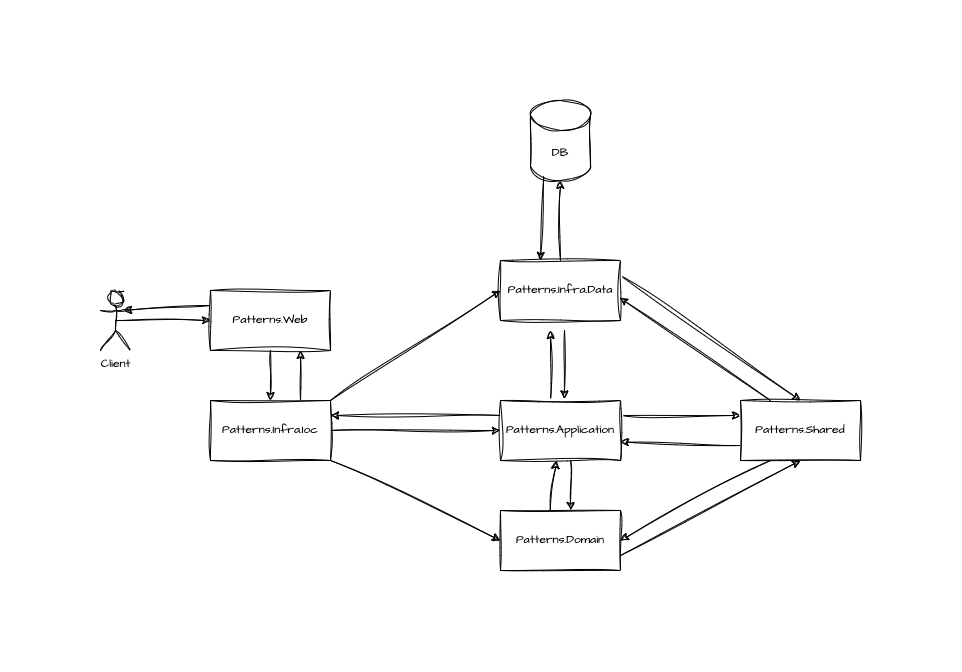
Before: docs/AppFlow.drawio.png, a diagram exported from draw.io (theMyntt/PracticesStudy). Source tidied: cells renumbered, new cells last; positions are measured from the earlier drawing's top-left corner, leaving out a move shared by most shapes.
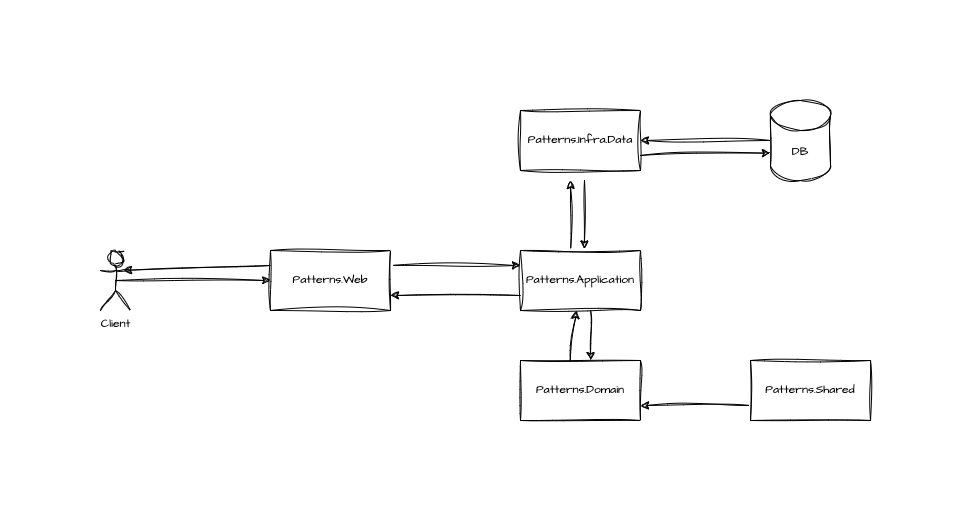
Later version of the same file.

Commit message:
docs: ioc is not a valid layer

What changed in the source:
```diff
@@ -2,33 +2,12 @@
   <root>
     <mxCell id="0" />
     <mxCell id="1" parent="0" />
-    <mxCell id="2" style="edgeStyle=orthogonalEdgeStyle;rounded=0;sketch=1;hachureGap=4;jiggle=2;curveFitting=1;jettySize=auto;html=1;exitX=0.5;exitY=1;exitDx=0;exitDy=0;entryX=0.5;entryY=0;entryDx=0;entryDy=0;fontFamily=Architects Daughter;fontSource=https%3A%2F%2Ffonts.googleapis.com%2Fcss%3Ffamily%3DArchitects%2BDaughter;" parent="1" edge="1" source="3" target="8">
-      <mxGeometry relative="1" as="geometry" />
-    </mxCell>
+    <mxCell id="30" style="edgeStyle=none;rounded=0;sketch=1;hachureGap=4;jiggle=2;curveFitting=1;jettySize=auto;html=1;exitX=1;exitY=0.25;exitDx=0;exitDy=0;entryX=0;entryY=0.25;entryDx=0;entryDy=0;fontFamily=Architects Daughter;fontSource=https%3A%2F%2Ffonts.googleapis.com%2Fcss%3Ffamily%3DArchitects%2BDaughter;" parent="1" edge="1" source="3" target="16">
+      <mxGeometry relative="1" as="geometry" />
+    </mxCell>
     <mxCell id="3" value="Patterns.Web" style="rounded=0;whiteSpace=wrap;html=1;sketch=1;hachureGap=4;jiggle=2;curveFitting=1;fontFamily=Architects Daughter;fontSource=https%3A%2F%2Ffonts.googleapis.com%2Fcss%3Ffamily%3DArchitects%2BDaughter;" parent="1" vertex="1">
-      <mxGeometry x="110" y="190" width="120" height="60" as="geometry" />
+      <mxGeometry x="150" y="300" width="120" height="60" as="geometry" />
     </mxCell>
-    <mxCell id="4" style="edgeStyle=none;rounded=0;sketch=1;hachureGap=4;jiggle=2;curveFitting=1;jettySize=auto;html=1;exitX=1;exitY=0.5;exitDx=0;exitDy=0;entryX=0;entryY=0.5;entryDx=0;entryDy=0;fontFamily=Architects Daughter;fontSource=https%3A%2F%2Ffonts.googleapis.com%2Fcss%3Ffamily%3DArchitects%2BDaughter;" parent="1" edge="1" source="8" target="16">
-      <mxGeometry relative="1" as="geometry" />
-    </mxCell>
-    <mxCell id="5" style="edgeStyle=none;rounded=0;sketch=1;hachureGap=4;jiggle=2;curveFitting=1;jettySize=auto;html=1;exitX=1;exitY=0;exitDx=0;exitDy=0;entryX=0;entryY=0.5;entryDx=0;entryDy=0;fontFamily=Architects Daughter;fontSource=https%3A%2F%2Ffonts.googleapis.com%2Fcss%3Ffamily%3DArchitects%2BDaughter;" parent="1" edge="1" source="8" target="11">
-      <mxGeometry relative="1" as="geometry" />
-    </mxCell>
-    <mxCell id="6" style="edgeStyle=none;rounded=0;sketch=1;hachureGap=4;jiggle=2;curveFitting=1;jettySize=auto;html=1;exitX=1;exitY=1;exitDx=0;exitDy=0;entryX=0;entryY=0.5;entryDx=0;entryDy=0;fontFamily=Architects Daughter;fontSource=https%3A%2F%2Ffonts.googleapis.com%2Fcss%3Ffamily%3DArchitects%2BDaughter;" parent="1" edge="1" source="8" target="18">
-      <mxGeometry relative="1" as="geometry" />
-    </mxCell>
-    <mxCell id="7" style="edgeStyle=none;rounded=0;sketch=1;hachureGap=4;jiggle=2;curveFitting=1;jettySize=auto;html=1;exitX=0.75;exitY=0;exitDx=0;exitDy=0;entryX=0.75;entryY=1;entryDx=0;entryDy=0;fontFamily=Architects Daughter;fontSource=https%3A%2F%2Ffonts.googleapis.com%2Fcss%3Ffamily%3DArchitects%2BDaughter;" parent="1" edge="1" source="8" target="3">
-      <mxGeometry relative="1" as="geometry" />
-    </mxCell>
-    <mxCell id="8" value="Patterns.Infra.Ioc" style="rounded=0;whiteSpace=wrap;html=1;sketch=1;hachureGap=4;jiggle=2;curveFitting=1;fontFamily=Architects Daughter;fontSource=https%3A%2F%2Ffonts.googleapis.com%2Fcss%3Ffamily%3DArchitects%2BDaughter;" parent="1" vertex="1">
-      <mxGeometry x="110" y="300" width="120" height="60" as="geometry" />
-    </mxCell>
-    <mxCell id="9" style="edgeStyle=none;rounded=0;sketch=1;hachureGap=4;jiggle=2;curveFitting=1;jettySize=auto;html=1;exitX=0.5;exitY=0;exitDx=0;exitDy=0;fontFamily=Architects Daughter;fontSource=https%3A%2F%2Ffonts.googleapis.com%2Fcss%3Ffamily%3DArchitects%2BDaughter;" parent="1" edge="1" source="11" target="20">
-      <mxGeometry relative="1" as="geometry" />
-    </mxCell>
-    <mxCell id="10" style="edgeStyle=none;rounded=0;sketch=1;hachureGap=4;jiggle=2;curveFitting=1;jettySize=auto;html=1;exitX=1;exitY=0.25;exitDx=0;exitDy=0;entryX=0.5;entryY=0;entryDx=0;entryDy=0;fontFamily=Architects Daughter;fontSource=https%3A%2F%2Ffonts.googleapis.com%2Fcss%3Ffamily%3DArchitects%2BDaughter;" parent="1" edge="1" source="11" target="27">
-      <mxGeometry relative="1" as="geometry" />
-    </mxCell>
     <mxCell id="11" value="Patterns.Infra.Data" style="rounded=0;whiteSpace=wrap;html=1;sketch=1;hachureGap=4;jiggle=2;curveFitting=1;fontFamily=Architects Daughter;fontSource=https%3A%2F%2Ffonts.googleapis.com%2Fcss%3Ffamily%3DArchitects%2BDaughter;" parent="1" vertex="1">
       <mxGeometry x="400" y="160" width="120" height="60" as="geometry" />
     </mxCell>
@@ -44,30 +23,20 @@
         <mxPoint x="450" y="230" as="targetPoint" />
       </mxGeometry>
     </mxCell>
-    <mxCell id="14" style="edgeStyle=none;rounded=0;sketch=1;hachureGap=4;jiggle=2;curveFitting=1;jettySize=auto;html=1;exitX=0;exitY=0.25;exitDx=0;exitDy=0;entryX=1;entryY=0.25;entryDx=0;entryDy=0;fontFamily=Architects Daughter;fontSource=https%3A%2F%2Ffonts.googleapis.com%2Fcss%3Ffamily%3DArchitects%2BDaughter;" parent="1" edge="1" source="16" target="8">
-      <mxGeometry relative="1" as="geometry" />
-    </mxCell>
-    <mxCell id="15" style="edgeStyle=none;rounded=0;sketch=1;hachureGap=4;jiggle=2;curveFitting=1;jettySize=auto;html=1;exitX=1;exitY=0.25;exitDx=0;exitDy=0;entryX=0;entryY=0.25;entryDx=0;entryDy=0;fontFamily=Architects Daughter;fontSource=https%3A%2F%2Ffonts.googleapis.com%2Fcss%3Ffamily%3DArchitects%2BDaughter;" parent="1" edge="1" source="16" target="27">
-      <mxGeometry relative="1" as="geometry" />
-    </mxCell>
+    <mxCell id="31" style="edgeStyle=none;rounded=0;sketch=1;hachureGap=4;jiggle=2;curveFitting=1;jettySize=auto;html=1;exitX=0;exitY=0.75;exitDx=0;exitDy=0;entryX=1;entryY=0.75;entryDx=0;entryDy=0;fontFamily=Architects Daughter;fontSource=https%3A%2F%2Ffonts.googleapis.com%2Fcss%3Ffamily%3DArchitects%2BDaughter;" parent="1" edge="1" source="16" target="3">
+      <mxGeometry relative="1" as="geometry" />
+    </mxCell>
     <mxCell id="16" value="Patterns.Application" style="rounded=0;whiteSpace=wrap;html=1;sketch=1;hachureGap=4;jiggle=2;curveFitting=1;fontFamily=Architects Daughter;fontSource=https%3A%2F%2Ffonts.googleapis.com%2Fcss%3Ffamily%3DArchitects%2BDaughter;" parent="1" vertex="1">
       <mxGeometry x="400" y="300" width="120" height="60" as="geometry" />
     </mxCell>
-    <mxCell id="17" style="edgeStyle=none;rounded=0;sketch=1;hachureGap=4;jiggle=2;curveFitting=1;jettySize=auto;html=1;exitX=1;exitY=0.75;exitDx=0;exitDy=0;entryX=0.5;entryY=1;entryDx=0;entryDy=0;fontFamily=Architects Daughter;fontSource=https%3A%2F%2Ffonts.googleapis.com%2Fcss%3Ffamily%3DArchitects%2BDaughter;" parent="1" edge="1" source="18" target="27">
-      <mxGeometry relative="1" as="geometry" />
-    </mxCell>
     <mxCell id="18" value="Patterns.Domain" style="rounded=0;whiteSpace=wrap;html=1;sketch=1;hachureGap=4;jiggle=2;curveFitting=1;fontFamily=Architects Daughter;fontSource=https%3A%2F%2Ffonts.googleapis.com%2Fcss%3Ffamily%3DArchitects%2BDaughter;" parent="1" vertex="1">
       <mxGeometry x="400" y="410" width="120" height="60" as="geometry" />
     </mxCell>
-    <mxCell id="19" style="edgeStyle=none;rounded=0;sketch=1;hachureGap=4;jiggle=2;curveFitting=1;jettySize=auto;html=1;fontFamily=Architects Daughter;fontSource=https%3A%2F%2Ffonts.googleapis.com%2Fcss%3Ffamily%3DArchitects%2BDaughter;exitX=0.222;exitY=0.95;exitDx=0;exitDy=0;exitPerimeter=0;" parent="1" edge="1" source="20" target="11">
-      <mxGeometry relative="1" as="geometry">
-        <Array as="points">
-          <mxPoint x="440" y="160" />
-        </Array>
-      </mxGeometry>
+    <mxCell id="19" style="edgeStyle=none;rounded=0;sketch=1;hachureGap=4;jiggle=2;curveFitting=1;jettySize=auto;html=1;exitX=0;exitY=0.5;exitDx=0;exitDy=0;exitPerimeter=0;fontFamily=Architects Daughter;fontSource=https%3A%2F%2Ffonts.googleapis.com%2Fcss%3Ffamily%3DArchitects%2BDaughter;" parent="1" edge="1" source="20" target="11">
+      <mxGeometry relative="1" as="geometry" />
     </mxCell>
     <mxCell id="20" value="DB" style="shape=cylinder3;whiteSpace=wrap;html=1;boundedLbl=1;backgroundOutline=1;size=15;sketch=1;hachureGap=4;jiggle=2;curveFitting=1;fontFamily=Architects Daughter;fontSource=https%3A%2F%2Ffonts.googleapis.com%2Fcss%3Ffamily%3DArchitects%2BDaughter;" parent="1" vertex="1">
-      <mxGeometry x="430" width="60" height="80" as="geometry" />
+      <mxGeometry x="650" y="150" width="60" height="80" as="geometry" />
     </mxCell>
     <mxCell id="21" style="rounded=0;sketch=1;hachureGap=4;jiggle=2;curveFitting=1;jettySize=auto;html=1;fontFamily=Architects Daughter;fontSource=https%3A%2F%2Ffonts.googleapis.com%2Fcss%3Ffamily%3DArchitects%2BDaughter;entryX=0.532;entryY=-0.026;entryDx=0;entryDy=0;entryPerimeter=0;" parent="1" edge="1" target="16">
       <mxGeometry relative="1" as="geometry">
@@ -81,22 +50,19 @@
       <mxGeometry relative="1" as="geometry" />
     </mxCell>
     <mxCell id="24" value="Client" style="shape=umlActor;verticalLabelPosition=bottom;verticalAlign=top;html=1;outlineConnect=0;sketch=1;hachureGap=4;jiggle=2;curveFitting=1;fontFamily=Architects Daughter;fontSource=https%3A%2F%2Ffonts.googleapis.com%2Fcss%3Ffamily%3DArchitects%2BDaughter;" parent="1" vertex="1">
-      <mxGeometry y="190" width="30" height="60" as="geometry" />
+      <mxGeometry x="-20" y="300" width="30" height="60" as="geometry" />
     </mxCell>
     <mxCell id="25" style="edgeStyle=none;rounded=0;sketch=1;hachureGap=4;jiggle=2;curveFitting=1;jettySize=auto;html=1;exitX=0;exitY=0.25;exitDx=0;exitDy=0;entryX=0.776;entryY=0.331;entryDx=0;entryDy=0;entryPerimeter=0;fontFamily=Architects Daughter;fontSource=https%3A%2F%2Ffonts.googleapis.com%2Fcss%3Ffamily%3DArchitects%2BDaughter;" parent="1" edge="1" source="3" target="24">
       <mxGeometry relative="1" as="geometry" />
     </mxCell>
-    <mxCell id="26" style="edgeStyle=none;rounded=0;sketch=1;hachureGap=4;jiggle=2;curveFitting=1;jettySize=auto;html=1;exitX=0.25;exitY=1;exitDx=0;exitDy=0;entryX=1;entryY=0.5;entryDx=0;entryDy=0;fontFamily=Architects Daughter;fontSource=https%3A%2F%2Ffonts.googleapis.com%2Fcss%3Ffamily%3DArchitects%2BDaughter;" parent="1" edge="1" source="27" target="18">
+    <mxCell id="26" style="edgeStyle=none;rounded=0;sketch=1;hachureGap=4;jiggle=2;curveFitting=1;jettySize=auto;html=1;exitX=0;exitY=0.75;exitDx=0;exitDy=0;entryX=1;entryY=0.75;entryDx=0;entryDy=0;fontFamily=Architects Daughter;fontSource=https%3A%2F%2Ffonts.googleapis.com%2Fcss%3Ffamily%3DArchitects%2BDaughter;" parent="1" edge="1" source="27" target="18">
       <mxGeometry relative="1" as="geometry" />
     </mxCell>
     <mxCell id="27" value="Patterns.Shared" style="rounded=0;whiteSpace=wrap;html=1;sketch=1;hachureGap=4;jiggle=2;curveFitting=1;fontFamily=Architects Daughter;fontSource=https%3A%2F%2Ffonts.googleapis.com%2Fcss%3Ffamily%3DArchitects%2BDaughter;" parent="1" vertex="1">
-      <mxGeometry x="640" y="300" width="120" height="60" as="geometry" />
+      <mxGeometry x="630" y="410" width="120" height="60" as="geometry" />
     </mxCell>
-    <mxCell id="28" style="edgeStyle=none;rounded=0;sketch=1;hachureGap=4;jiggle=2;curveFitting=1;jettySize=auto;html=1;exitX=0;exitY=0.75;exitDx=0;exitDy=0;entryX=0.998;entryY=0.691;entryDx=0;entryDy=0;entryPerimeter=0;fontFamily=Architects Daughter;fontSource=https%3A%2F%2Ffonts.googleapis.com%2Fcss%3Ffamily%3DArchitects%2BDaughter;" parent="1" edge="1" source="27" target="16">
-      <mxGeometry relative="1" as="geometry" />
-    </mxCell>
-    <mxCell id="29" style="edgeStyle=none;rounded=0;sketch=1;hachureGap=4;jiggle=2;curveFitting=1;jettySize=auto;html=1;exitX=0.25;exitY=0;exitDx=0;exitDy=0;entryX=0.993;entryY=0.621;entryDx=0;entryDy=0;entryPerimeter=0;fontFamily=Architects Daughter;fontSource=https%3A%2F%2Ffonts.googleapis.com%2Fcss%3Ffamily%3DArchitects%2BDaughter;" parent="1" edge="1" source="27" target="11">
-      <mxGeometry relative="1" as="geometry" />
-    </mxCell>
+    <mxCell id="9" style="edgeStyle=none;rounded=0;sketch=1;hachureGap=4;jiggle=2;curveFitting=1;jettySize=auto;html=1;exitX=1;exitY=0.75;exitDx=0;exitDy=0;entryX=0;entryY=0;entryDx=0;entryDy=52.5;entryPerimeter=0;fontFamily=Architects Daughter;fontSource=https%3A%2F%2Ffonts.googleapis.com%2Fcss%3Ffamily%3DArchitects%2BDaughter;" parent="1" edge="1" source="11" target="20">
+      <mxGeometry relative="1" as="geometry" />
+    </mxCell>
   </root>
 </mxGraphModel>
```
